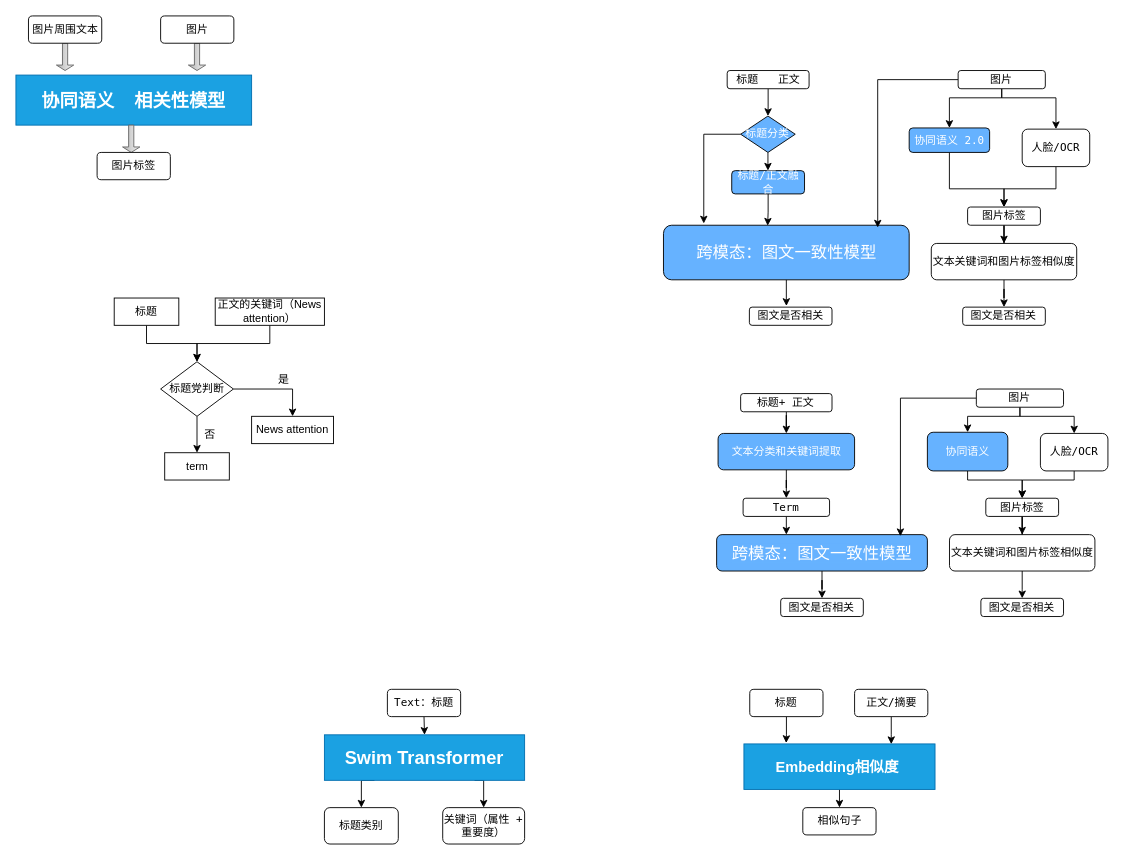
This is 相关性2.0.drawio from 2018liuyan/one, a draw.io file, before an edit. Source tidied: cells renumbered, new cells numbered last; positions are measured from the earlier drawing's top-left corner, leaving out a move shared by most shapes. Both pictures are drawn from the tidied source at 91%, with x=0, y=0 at pixel (15, 15).
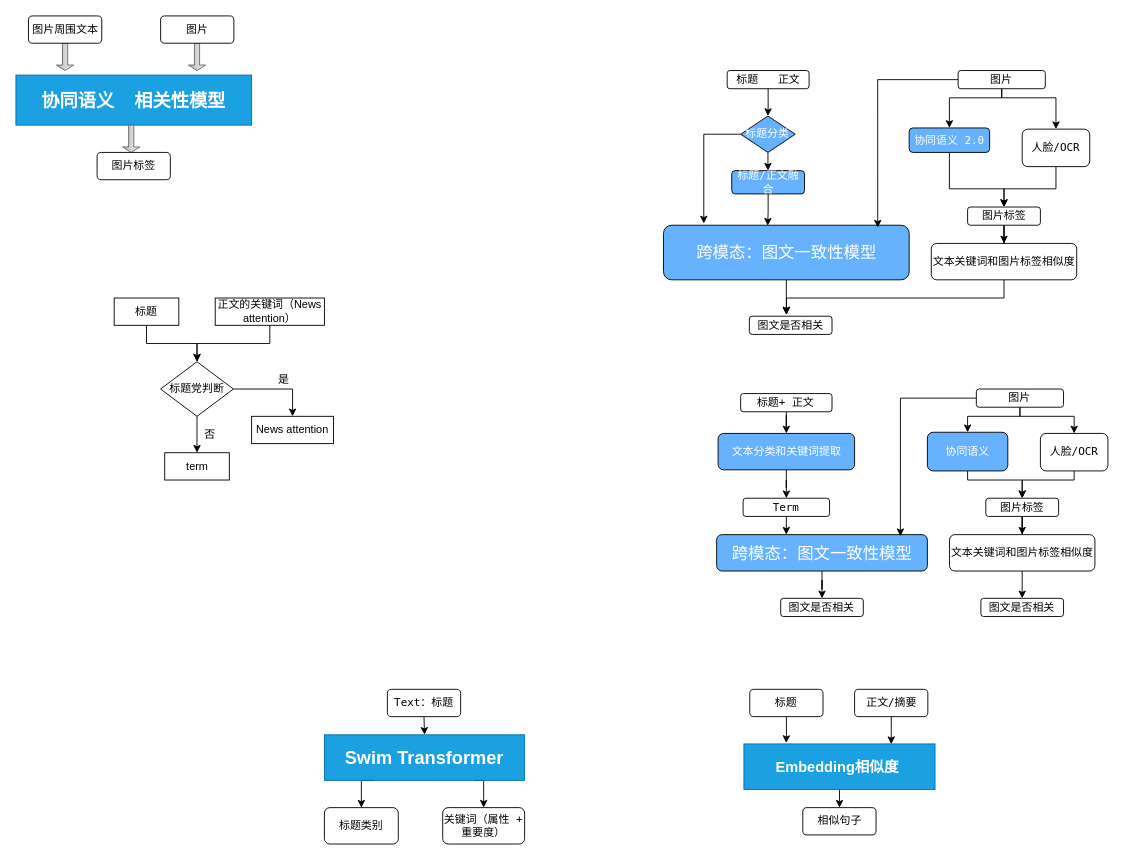
The same page after the edit.

Unchanged cells that the change refers to:
```xml
<mxCell id="36" value="文本关键词和图片标签相似度" style="rounded=1;whiteSpace=wrap;html=1;fontFamily=Lucida Console;" parent="1" vertex="1">
  <mxGeometry x="1005.9" y="250" width="159.8" height="40" as="geometry" />
</mxCell>
```

The edit, as a diff of the source:
```diff
@@
     <mxCell id="24" value="&lt;font style=&quot;font-size: 12px&quot;&gt;图文是否相关&lt;/font&gt;" style="rounded=1;whiteSpace=wrap;html=1;fontFamily=Lucida Console;" parent="1" vertex="1">
-      <mxGeometry x="806" y="320" width="90.8" height="20" as="geometry" />
+      <mxGeometry x="806" y="330" width="90.8" height="20" as="geometry" />
     </mxCell>
@@
-    <mxCell id="35" style="edgeStyle=orthogonalEdgeStyle;rounded=0;jettySize=auto;html=1;entryX=0.5;entryY=0;entryDx=0;entryDy=0;fontSize=12;fontColor=#FFFFFF;" parent="1" edge="1" source="36" target="37">
-      <mxGeometry relative="1" as="geometry" />
-    </mxCell>
+    <mxCell id="79" style="edgeStyle=orthogonalEdgeStyle;rounded=0;jettySize=auto;html=1;entryX=0.449;entryY=-0.108;entryDx=0;entryDy=0;entryPerimeter=0;" parent="1" edge="1" source="36" target="24">
+      <mxGeometry relative="1" as="geometry">
+        <Array as="points">
+          <mxPoint x="1086" y="310" />
+          <mxPoint x="847" y="310" />
+        </Array>
+      </mxGeometry>
+    </mxCell>
@@
-    <mxCell id="37" value="&lt;font style=&quot;font-size: 12px&quot;&gt;图文是否相关&lt;/font&gt;" style="rounded=1;whiteSpace=wrap;html=1;fontFamily=Lucida Console;" parent="1" vertex="1">
-      <mxGeometry x="1040.4" y="320" width="90.8" height="20" as="geometry" />
-    </mxCell>
```
